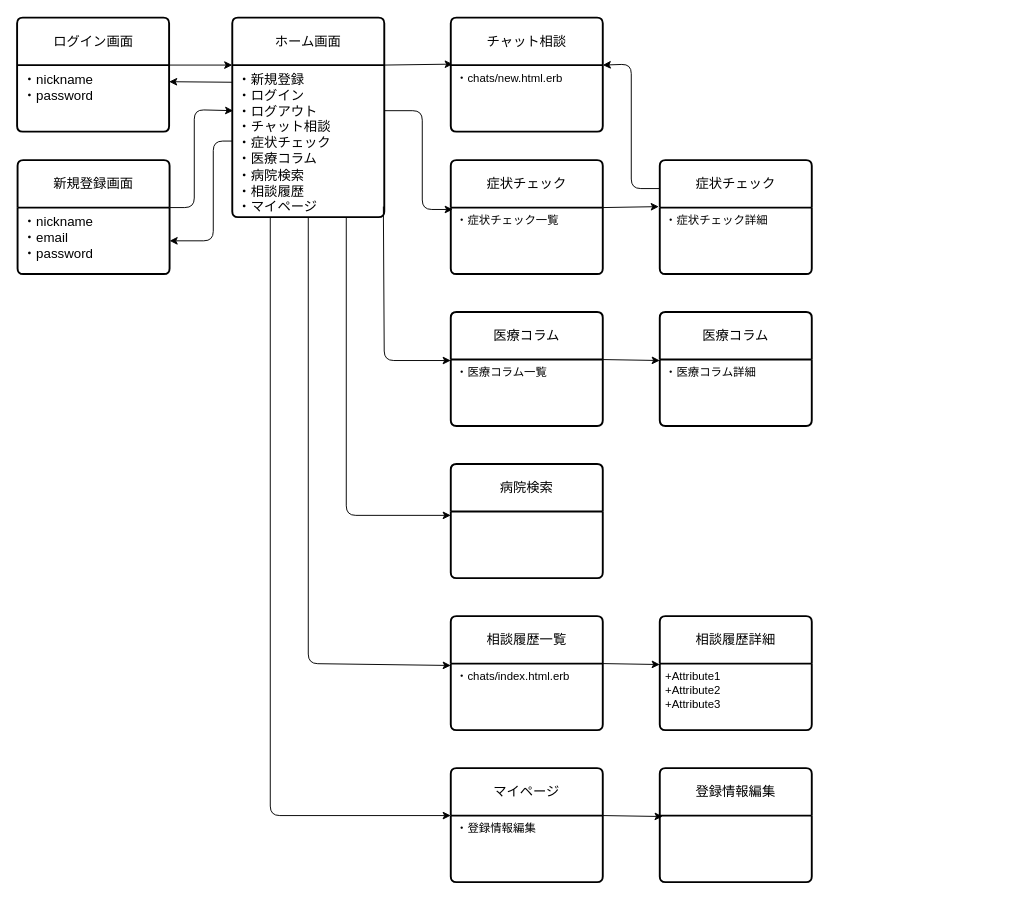
This is page "画面遷移図" (2 of 2) of hanaso.dio from sakura2813/hanaso, a draw.io file, before an edit. Source tidied: cells renumbered, new cells numbered last; positions are measured from the earlier drawing's top-left corner, leaving out a move shared by most shapes. Both pictures are drawn from the tidied source at 95%, with x=0, y=0 at pixel (17, 17).
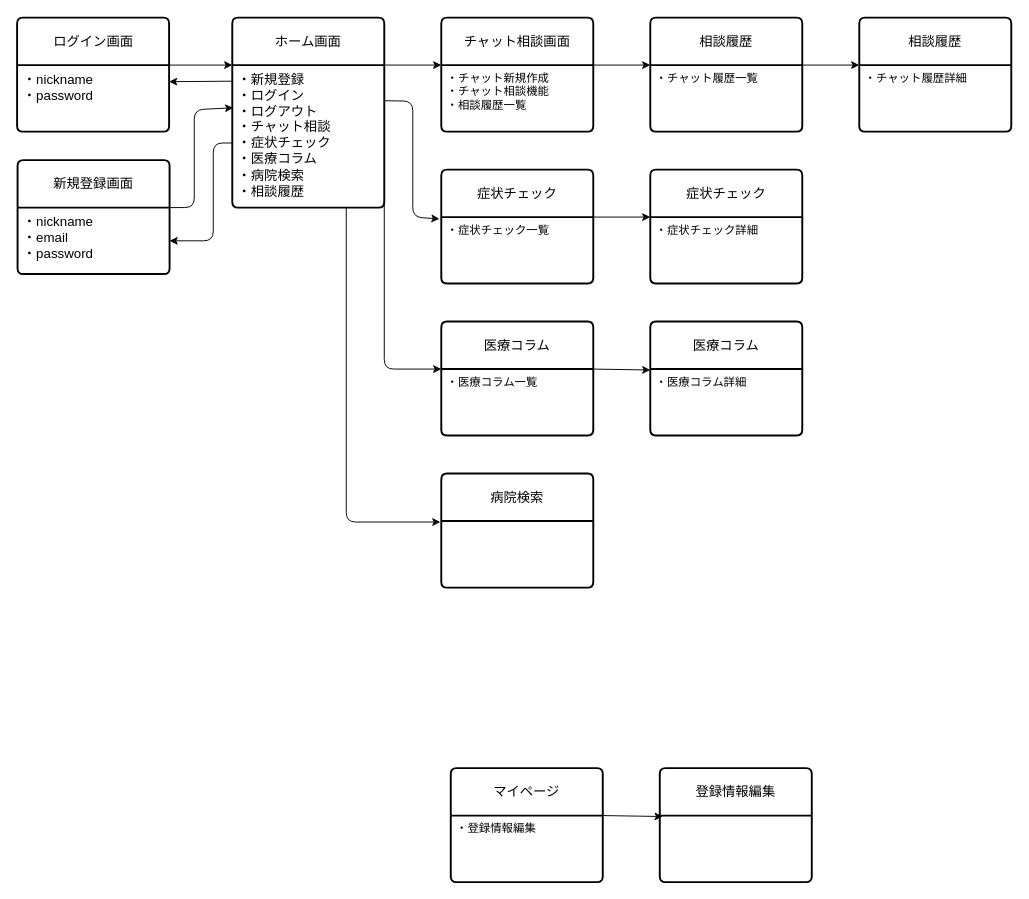
The same page after the edit.

The change refers to these unchanged cells:
```xml
<mxCell id="5" value="&lt;font style=&quot;font-size: 14px;&quot;&gt;・nickname&lt;/font&gt;&lt;div&gt;&lt;font style=&quot;font-size: 14px;&quot;&gt;・email&lt;/font&gt;&lt;/div&gt;&lt;div&gt;&lt;font style=&quot;font-size: 14px;&quot;&gt;・password&lt;/font&gt;&lt;/div&gt;" style="align=left;strokeColor=none;fillColor=none;spacingLeft=4;fontSize=12;verticalAlign=top;html=1;" parent="4" vertex="1">
  <mxGeometry y="50" width="160" height="70" as="geometry" />
</mxCell>
<mxCell id="21" value="・症状チェック一覧" style="align=left;strokeColor=none;fillColor=none;spacingLeft=4;fontSize=12;verticalAlign=top;html=1;" parent="20" vertex="1">
  <mxGeometry y="50" width="160" height="70" as="geometry" />
</mxCell>
<mxCell id="24" value="・医療コラム一覧" style="align=left;strokeColor=none;fillColor=none;spacingLeft=4;fontSize=12;verticalAlign=top;html=1;" parent="23" vertex="1">
  <mxGeometry y="50" width="160" height="70" as="geometry" />
</mxCell>
<mxCell id="28" value="・症状チェック詳細" style="align=left;strokeColor=none;fillColor=none;spacingLeft=4;fontSize=12;verticalAlign=top;html=1;" parent="27" vertex="1">
  <mxGeometry y="50" width="160" height="70" as="geometry" />
</mxCell>
```

Diff of the diagram source:
```diff
@@
     <mxCell id="6" value="ホーム画面" style="swimlane;horizontal=1;startSize=50;rounded=1;fontSize=14;fontStyle=0;strokeWidth=2;shadow=0;dashed=0;align=center;arcSize=4;whiteSpace=wrap;html=1;" parent="1" vertex="1">
-      <mxGeometry x="226" width="160" height="210" as="geometry" />
+      <mxGeometry x="226" width="160" height="200" as="geometry" />
     </mxCell>
-    <mxCell id="7" value="&lt;div&gt;&lt;font style=&quot;font-size: 14px;&quot;&gt;・新規登録&lt;/font&gt;&lt;/div&gt;&lt;div&gt;&lt;font style=&quot;font-size: 14px;&quot;&gt;・ログイン&lt;/font&gt;&lt;/div&gt;&lt;div&gt;&lt;font style=&quot;font-size: 14px;&quot;&gt;・ログアウト&lt;/font&gt;&lt;/div&gt;&lt;font style=&quot;font-size: 14px;&quot;&gt;・チャット相談&lt;/font&gt;&lt;div&gt;&lt;font style=&quot;font-size: 14px;&quot;&gt;・症状チェック&lt;/font&gt;&lt;/div&gt;&lt;div&gt;&lt;font style=&quot;font-size: 14px;&quot;&gt;・医療コラム&lt;/font&gt;&lt;/div&gt;&lt;div&gt;&lt;span style=&quot;background-color: transparent;&quot;&gt;&lt;font style=&quot;font-size: 14px;&quot;&gt;・病院検索&lt;/font&gt;&lt;/span&gt;&lt;/div&gt;&lt;div&gt;&lt;span style=&quot;background-color: transparent;&quot;&gt;&lt;font style=&quot;font-size: 14px;&quot;&gt;・相談履歴&lt;/font&gt;&lt;/span&gt;&lt;/div&gt;&lt;div&gt;&lt;span style=&quot;background-color: transparent;&quot;&gt;&lt;font style=&quot;font-size: 14px;&quot;&gt;・マイページ&lt;/font&gt;&lt;/span&gt;&lt;/div&gt;" style="align=left;strokeColor=none;fillColor=none;spacingLeft=4;fontSize=12;verticalAlign=top;html=1;" parent="6" vertex="1">
-      <mxGeometry y="50" width="160" height="160" as="geometry" />
+    <mxCell id="7" value="&lt;div&gt;&lt;font style=&quot;font-size: 14px;&quot;&gt;・新規登録&lt;/font&gt;&lt;/div&gt;&lt;div&gt;&lt;font style=&quot;font-size: 14px;&quot;&gt;・ログイン&lt;/font&gt;&lt;/div&gt;&lt;div&gt;&lt;font style=&quot;font-size: 14px;&quot;&gt;・ログアウト&lt;/font&gt;&lt;/div&gt;&lt;font style=&quot;font-size: 14px;&quot;&gt;・チャット相談&lt;/font&gt;&lt;div&gt;&lt;font style=&quot;font-size: 14px;&quot;&gt;・症状チェック&lt;/font&gt;&lt;/div&gt;&lt;div&gt;&lt;font style=&quot;font-size: 14px;&quot;&gt;・医療コラム&lt;/font&gt;&lt;/div&gt;&lt;div&gt;&lt;span style=&quot;background-color: transparent;&quot;&gt;&lt;font style=&quot;font-size: 14px;&quot;&gt;・病院検索&lt;/font&gt;&lt;/span&gt;&lt;/div&gt;&lt;div&gt;&lt;span style=&quot;background-color: transparent;&quot;&gt;&lt;font style=&quot;font-size: 14px;&quot;&gt;・相談履歴&lt;/font&gt;&lt;/span&gt;&lt;/div&gt;" style="align=left;strokeColor=none;fillColor=none;spacingLeft=4;fontSize=12;verticalAlign=top;html=1;" parent="6" vertex="1">
+      <mxGeometry y="50" width="160" height="150" as="geometry" />
     </mxCell>
     <mxCell id="8" value="病院検索" style="swimlane;horizontal=1;startSize=50;rounded=1;fontSize=14;fontStyle=0;strokeWidth=2;shadow=0;dashed=0;align=center;arcSize=4;whiteSpace=wrap;html=1;" parent="1" vertex="1">
-      <mxGeometry x="456" y="470" width="160" height="120" as="geometry" />
+      <mxGeometry x="446" y="480" width="160" height="120" as="geometry" />
     </mxCell>
@@
-    <mxCell id="13" style="edgeStyle=none;html=1;exitX=1;exitY=0;exitDx=0;exitDy=0;entryX=0.013;entryY=0.408;entryDx=0;entryDy=0;entryPerimeter=0;" parent="1" edge="1" source="7">
+    <mxCell id="13" style="edgeStyle=none;html=1;exitX=1;exitY=0;exitDx=0;exitDy=0;entryX=0;entryY=0;entryDx=0;entryDy=0;" parent="1" edge="1" source="7">
       <mxGeometry relative="1" as="geometry">
-        <mxPoint x="458.1" y="49" as="targetPoint" />
+        <mxPoint x="446" y="50" as="targetPoint" />
       </mxGeometry>
     </mxCell>
-    <mxCell id="14" style="edgeStyle=none;html=1;exitX=1;exitY=0.3;exitDx=0;exitDy=0;entryX=0.013;entryY=0.433;entryDx=0;entryDy=0;entryPerimeter=0;exitPerimeter=0;" parent="1" edge="1" source="7">
-      <mxGeometry relative="1" as="geometry">
-        <mxPoint x="458.1" y="202" as="targetPoint" />
-        <Array as="points">
-          <mxPoint x="426" y="98" />
-          <mxPoint x="426" y="202" />
-        </Array>
-      </mxGeometry>
-    </mxCell>
-    <mxCell id="15" style="edgeStyle=none;html=1;exitX=0.994;exitY=0.931;exitDx=0;exitDy=0;entryX=0;entryY=0.425;entryDx=0;entryDy=0;entryPerimeter=0;exitPerimeter=0;" parent="1" edge="1" source="7">
-      <mxGeometry relative="1" as="geometry">
-        <mxPoint x="456" y="361" as="targetPoint" />
-        <Array as="points">
-          <mxPoint x="386" y="361" />
-        </Array>
-      </mxGeometry>
-    </mxCell>
-    <mxCell id="16" style="edgeStyle=none;html=1;exitX=0.75;exitY=1;exitDx=0;exitDy=0;entryX=0;entryY=0.45;entryDx=0;entryDy=0;entryPerimeter=0;" parent="1" edge="1" source="7" target="8">
-      <mxGeometry relative="1" as="geometry">
-        <Array as="points">
-          <mxPoint x="346" y="524" />
-        </Array>
-      </mxGeometry>
-    </mxCell>
-    <mxCell id="17" style="edgeStyle=none;html=1;exitX=0.5;exitY=1;exitDx=0;exitDy=0;entryX=0;entryY=0.433;entryDx=0;entryDy=0;entryPerimeter=0;" parent="1" edge="1" source="7">
-      <mxGeometry relative="1" as="geometry">
-        <mxPoint x="456" y="682" as="targetPoint" />
-        <Array as="points">
-          <mxPoint x="306" y="680" />
-        </Array>
-      </mxGeometry>
-    </mxCell>
-    <mxCell id="18" style="edgeStyle=none;html=1;exitX=0.25;exitY=1;exitDx=0;exitDy=0;" parent="1" edge="1" source="7">
-      <mxGeometry relative="1" as="geometry">
-        <mxPoint x="456" y="840" as="targetPoint" />
-        <Array as="points">
-          <mxPoint x="266" y="840" />
-        </Array>
-      </mxGeometry>
-    </mxCell>
-    <mxCell id="19" style="edgeStyle=none;html=1;" parent="1" edge="1">
-      <mxGeometry relative="1" as="geometry">
-        <mxPoint x="615" y="680" as="sourcePoint" />
-        <mxPoint x="676" y="681" as="targetPoint" />
-      </mxGeometry>
-    </mxCell>
     <mxCell id="20" value="症状チェック" style="swimlane;horizontal=1;startSize=50;rounded=1;fontSize=14;fontStyle=0;strokeWidth=2;shadow=0;dashed=0;align=center;arcSize=4;whiteSpace=wrap;html=1;" parent="1" vertex="1">
-      <mxGeometry x="456" y="150" width="160" height="120" as="geometry" />
+      <mxGeometry x="446" y="160" width="160" height="120" as="geometry" />
     </mxCell>
@@
-    <mxCell id="22" style="edgeStyle=none;html=1;exitX=1;exitY=0;exitDx=0;exitDy=0;entryX=-0.006;entryY=0.408;entryDx=0;entryDy=0;entryPerimeter=0;" parent="1" edge="1" source="21">
-      <mxGeometry relative="1" as="geometry">
-        <mxPoint x="675" y="199" as="targetPoint" />
-      </mxGeometry>
-    </mxCell>
     <mxCell id="23" value="医療コラム" style="swimlane;horizontal=1;startSize=50;rounded=1;fontSize=14;fontStyle=0;strokeWidth=2;shadow=0;dashed=0;align=center;arcSize=4;whiteSpace=wrap;html=1;" parent="1" vertex="1">
-      <mxGeometry x="456" y="310" width="160" height="120" as="geometry" />
+      <mxGeometry x="446" y="320" width="160" height="120" as="geometry" />
     </mxCell>
@@
     <mxCell id="25" value="医療コラム" style="swimlane;horizontal=1;startSize=50;rounded=1;fontSize=14;fontStyle=0;strokeWidth=2;shadow=0;dashed=0;align=center;arcSize=4;whiteSpace=wrap;html=1;" parent="1" vertex="1">
-      <mxGeometry x="676" y="310" width="160" height="120" as="geometry" />
+      <mxGeometry x="666" y="320" width="160" height="120" as="geometry" />
     </mxCell>
@@
     <mxCell id="27" value="症状チェック" style="swimlane;horizontal=1;startSize=50;rounded=1;fontSize=14;fontStyle=0;strokeWidth=2;shadow=0;dashed=0;align=center;arcSize=4;whiteSpace=wrap;html=1;" parent="1" vertex="1">
-      <mxGeometry x="676" y="150" width="160" height="120" as="geometry" />
+      <mxGeometry x="666" y="160" width="160" height="120" as="geometry" />
     </mxCell>
@@
-    <mxCell id="33" style="edgeStyle=none;html=1;exitX=0;exitY=0.5;exitDx=0;exitDy=0;entryX=1;entryY=0.5;entryDx=0;entryDy=0;" parent="1" edge="1" source="7" target="5">
+    <mxCell id="33" style="edgeStyle=none;html=1;exitX=0;exitY=0.547;exitDx=0;exitDy=0;entryX=1;entryY=0.5;entryDx=0;entryDy=0;exitPerimeter=0;" parent="1" edge="1" source="7" target="5">
       <mxGeometry relative="1" as="geometry">
         <Array as="points">
-          <mxPoint x="206" y="130" />
+          <mxPoint x="206" y="132" />
           <mxPoint x="206" y="235" />
         </Array>
       </mxGeometry>
     </mxCell>
-    <mxCell id="34" style="edgeStyle=none;html=1;exitX=0;exitY=0.25;exitDx=0;exitDy=0;" parent="1" edge="1" source="27">
-      <mxGeometry relative="1" as="geometry">
-        <mxPoint x="616" y="50" as="targetPoint" />
-        <Array as="points">
-          <mxPoint x="646" y="180" />
-          <mxPoint x="646" y="49" />
-        </Array>
-      </mxGeometry>
-    </mxCell>
-    <mxCell id="35" value="チャット相談" style="swimlane;horizontal=1;startSize=50;rounded=1;fontSize=14;fontStyle=0;strokeWidth=2;shadow=0;dashed=0;align=center;arcSize=4;whiteSpace=wrap;html=1;" parent="1" vertex="1">
-      <mxGeometry x="456" width="160" height="120" as="geometry" />
-    </mxCell>
-    <mxCell id="36" value="・chats/new.html.erb" style="align=left;strokeColor=none;fillColor=none;spacingLeft=4;fontSize=12;verticalAlign=top;html=1;" parent="35" vertex="1">
-      <mxGeometry y="50" width="160" height="70" as="geometry" />
-    </mxCell>
-    <mxCell id="37" value="相談履歴一覧" style="swimlane;horizontal=1;startSize=50;rounded=1;fontSize=14;fontStyle=0;strokeWidth=2;shadow=0;dashed=0;align=center;arcSize=4;whiteSpace=wrap;html=1;" parent="1" vertex="1">
-      <mxGeometry x="456" y="630" width="160" height="120" as="geometry" />
-    </mxCell>
-    <mxCell id="38" value="・chats/index.html.erb" style="align=left;strokeColor=none;fillColor=none;spacingLeft=4;fontSize=12;verticalAlign=top;html=1;" parent="37" vertex="1">
-      <mxGeometry y="50" width="160" height="70" as="geometry" />
-    </mxCell>
-    <mxCell id="39" value="相談履歴詳細" style="swimlane;horizontal=1;startSize=50;rounded=1;fontSize=14;fontStyle=0;strokeWidth=2;shadow=0;dashed=0;align=center;arcSize=4;whiteSpace=wrap;html=1;" parent="1" vertex="1">
-      <mxGeometry x="676" y="630" width="160" height="120" as="geometry" />
-    </mxCell>
-    <mxCell id="40" value="+Attribute1&#10;+Attribute2&#10;+Attribute3" style="align=left;strokeColor=none;fillColor=none;spacingLeft=4;fontSize=12;verticalAlign=top;html=1;" parent="39" vertex="1">
-      <mxGeometry y="50" width="160" height="70" as="geometry" />
-    </mxCell>
+    <mxCell id="41" style="edgeStyle=none;html=1;exitX=1;exitY=0;exitDx=0;exitDy=0;entryX=0;entryY=0;entryDx=0;entryDy=0;" parent="1" edge="1">
+      <mxGeometry relative="1" as="geometry">
+        <mxPoint x="606" y="50" as="sourcePoint" />
+        <mxPoint x="666" y="50" as="targetPoint" />
+      </mxGeometry>
+    </mxCell>
+    <mxCell id="42" style="edgeStyle=none;html=1;exitX=1;exitY=0;exitDx=0;exitDy=0;entryX=0;entryY=0;entryDx=0;entryDy=0;" parent="1" edge="1">
+      <mxGeometry relative="1" as="geometry">
+        <mxPoint x="826" y="50" as="sourcePoint" />
+        <mxPoint x="886" y="50" as="targetPoint" />
+      </mxGeometry>
+    </mxCell>
+    <mxCell id="43" style="edgeStyle=none;html=1;exitX=1;exitY=0.25;exitDx=0;exitDy=0;entryX=-0.012;entryY=0.433;entryDx=0;entryDy=0;entryPerimeter=0;" parent="1" edge="1" source="7" target="20">
+      <mxGeometry relative="1" as="geometry">
+        <Array as="points">
+          <mxPoint x="416" y="88" />
+          <mxPoint x="416" y="210" />
+        </Array>
+      </mxGeometry>
+    </mxCell>
+    <mxCell id="44" style="edgeStyle=none;html=1;entryX=0;entryY=0;entryDx=0;entryDy=0;" parent="1" edge="1" target="24">
+      <mxGeometry relative="1" as="geometry">
+        <mxPoint x="386" y="193" as="sourcePoint" />
+        <Array as="points">
+          <mxPoint x="386" y="370" />
+        </Array>
+      </mxGeometry>
+    </mxCell>
+    <mxCell id="16" style="edgeStyle=none;html=1;exitX=0.75;exitY=1;exitDx=0;exitDy=0;entryX=-0.006;entryY=0.425;entryDx=0;entryDy=0;entryPerimeter=0;" parent="1" edge="1" source="7" target="8">
+      <mxGeometry relative="1" as="geometry">
+        <Array as="points">
+          <mxPoint x="346" y="531" />
+        </Array>
+      </mxGeometry>
+    </mxCell>
+    <mxCell id="45" style="edgeStyle=none;html=1;exitX=1;exitY=0;exitDx=0;exitDy=0;entryX=0;entryY=0;entryDx=0;entryDy=0;" parent="1" edge="1" source="21" target="28">
+      <mxGeometry relative="1" as="geometry" />
+    </mxCell>
+    <mxCell id="46" value="チャット相談画面" style="swimlane;horizontal=1;startSize=50;rounded=1;fontSize=14;fontStyle=0;strokeWidth=2;shadow=0;dashed=0;align=center;arcSize=4;whiteSpace=wrap;html=1;" parent="1" vertex="1">
+      <mxGeometry x="446" width="160" height="120" as="geometry" />
+    </mxCell>
+    <mxCell id="47" value="・チャット新規作成&lt;div&gt;・チャット相談機能&lt;div&gt;・相談履歴一覧&lt;/div&gt;&lt;/div&gt;" style="align=left;strokeColor=none;fillColor=none;spacingLeft=4;fontSize=12;verticalAlign=top;html=1;" parent="46" vertex="1">
+      <mxGeometry y="50" width="160" height="70" as="geometry" />
+    </mxCell>
+    <mxCell id="48" value="相談履歴" style="swimlane;horizontal=1;startSize=50;rounded=1;fontSize=14;fontStyle=0;strokeWidth=2;shadow=0;dashed=0;align=center;arcSize=4;whiteSpace=wrap;html=1;" parent="1" vertex="1">
+      <mxGeometry x="666" width="160" height="120" as="geometry" />
+    </mxCell>
+    <mxCell id="49" value="・チャット履歴一覧" style="align=left;strokeColor=none;fillColor=none;spacingLeft=4;fontSize=12;verticalAlign=top;html=1;" parent="48" vertex="1">
+      <mxGeometry y="50" width="160" height="70" as="geometry" />
+    </mxCell>
+    <mxCell id="50" value="相談履歴" style="swimlane;horizontal=1;startSize=50;rounded=1;fontSize=14;fontStyle=0;strokeWidth=2;shadow=0;dashed=0;align=center;arcSize=4;whiteSpace=wrap;html=1;" parent="1" vertex="1">
+      <mxGeometry x="886" width="160" height="120" as="geometry" />
+    </mxCell>
+    <mxCell id="51" value="・チャット履歴詳細" style="align=left;strokeColor=none;fillColor=none;spacingLeft=4;fontSize=12;verticalAlign=top;html=1;" parent="50" vertex="1">
+      <mxGeometry y="50" width="160" height="70" as="geometry" />
+    </mxCell>
```
